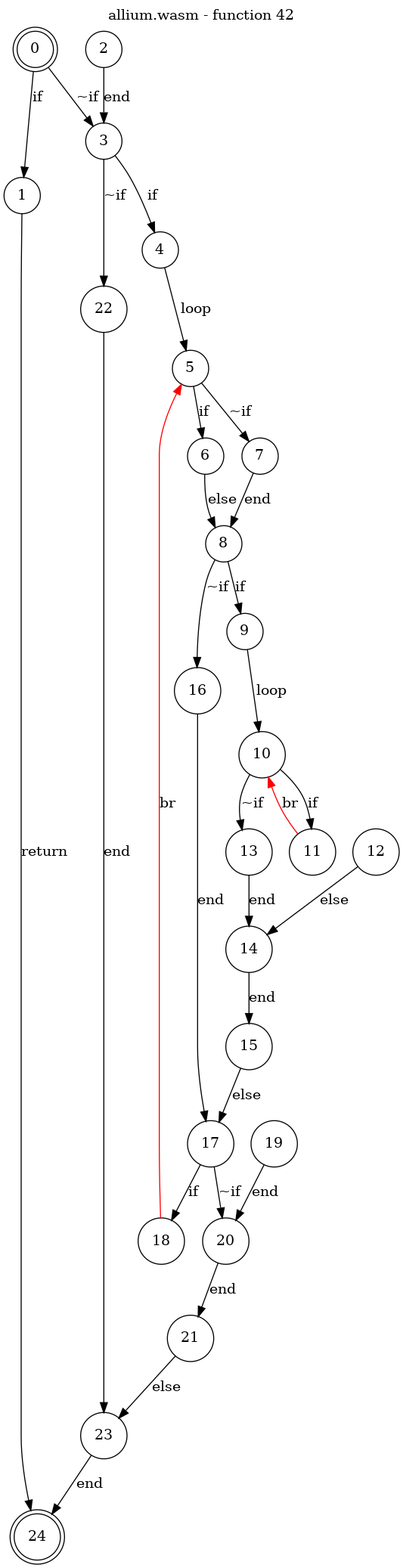
This is test_cases/allium/funcs/allium-func42.png from jsCarleton/wanalyze, a Graphviz export, as it was before one commit. Its source is kept beside it as test_cases/allium/funcs/allium-func42.dot.
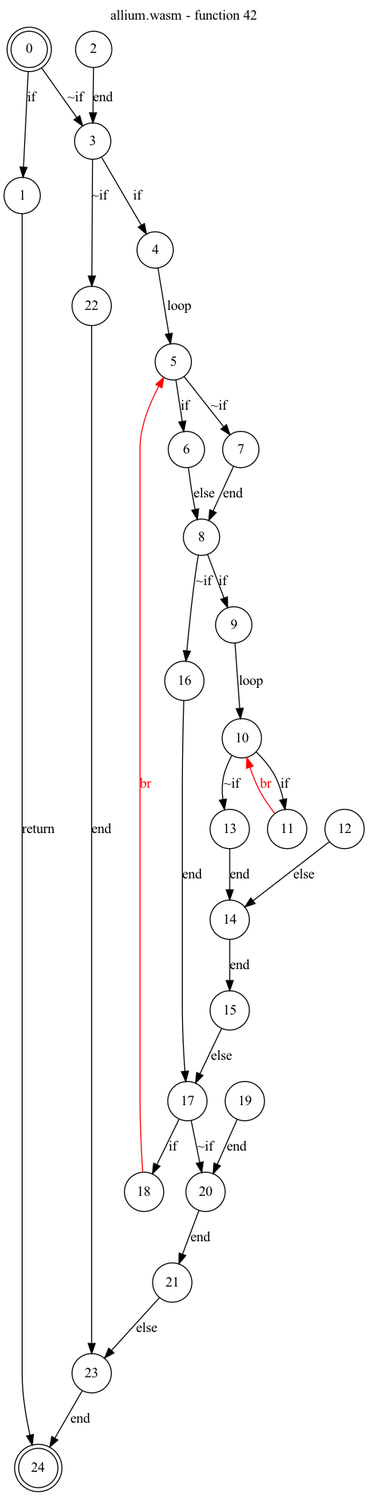
Later version of the same file.

What changed in the source:
```diff
@@ -6,34 +6,34 @@
     labelfontname = "Helvetica"
     node [shape = doublecircle]; 0 24;
     node [shape = circle];
-    0 -> 1[label = "if"];
-    0 -> 3[label = "~if"];
-    1 -> 24[label = "return"];
-    2 -> 3[label = "end"];
-    3 -> 4[label = "if"];
-    3 -> 22[label = "~if"];
-    4 -> 5[label = "loop"];
-    5 -> 6[label = "if"];
-    5 -> 7[label = "~if"];
-    6 -> 8[label = "else"];
-    7 -> 8[label = "end"];
-    8 -> 9[label = "if"];
-    8 -> 16[label = "~if"];
-    9 -> 10[label = "loop"];
-    10 -> 11[label = "if"];
-    10 -> 13[label = "~if"];
-    11 -> 10[color="red" label = "br"];
-    12 -> 14[label = "else"];
-    13 -> 14[label = "end"];
-    14 -> 15[label = "end"];
-    15 -> 17[label = "else"];
-    16 -> 17[label = "end"];
-    17 -> 18[label = "if"];
-    17 -> 20[label = "~if"];
-    18 -> 5[color="red" label = "br"];
-    19 -> 20[label = "end"];
-    20 -> 21[label = "end"];
-    21 -> 23[label = "else"];
-    22 -> 23[label = "end"];
-    23 -> 24[label = "end"];
+    0 -> 1[label="if"];
+    0 -> 3[label="~if"];
+    1 -> 24[label="return"];
+    2 -> 3[label="end"];
+    3 -> 4[label="if"];
+    3 -> 22[label="~if"];
+    4 -> 5[label="loop"];
+    5 -> 6[label="if"];
+    5 -> 7[label="~if"];
+    6 -> 8[label="else"];
+    7 -> 8[label="end"];
+    8 -> 9[label="if"];
+    8 -> 16[label="~if"];
+    9 -> 10[label="loop"];
+    10 -> 11[label="if"];
+    10 -> 13[label="~if"];
+    11 -> 10[color="red" fontcolor="red" label="br"];
+    12 -> 14[label="else"];
+    13 -> 14[label="end"];
+    14 -> 15[label="end"];
+    15 -> 17[label="else"];
+    16 -> 17[label="end"];
+    17 -> 18[label="if"];
+    17 -> 20[label="~if"];
+    18 -> 5[color="red" fontcolor="red" label="br"];
+    19 -> 20[label="end"];
+    20 -> 21[label="end"];
+    21 -> 23[label="else"];
+    22 -> 23[label="end"];
+    23 -> 24[label="end"];
 }
```
